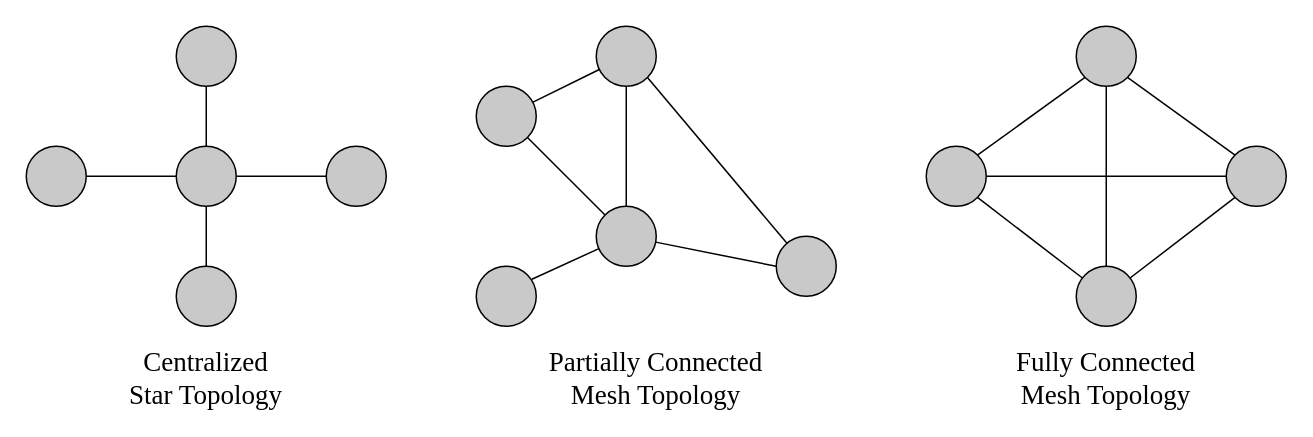
edurbrito/master-thesis-ut keeps this draw.io diagram as theory/figures/drawio/network-topologies.drawio. Above is the earlier version. Source tidied: cells renumbered, new cells numbered last; positions are measured from the earlier drawing's top-left corner, leaving out a move shared by most shapes. Both pictures are drawn from the tidied source at 150%, with x=0, y=0 at pixel (26, 26).
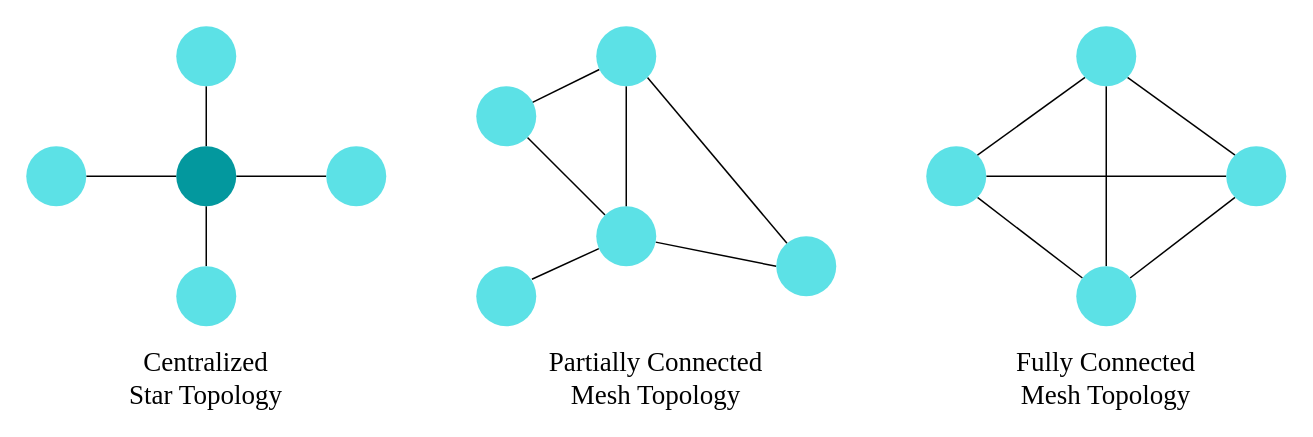
The same page after the edit.

Diff of the diagram source:
```diff
@@
-    <mxCell id="4" style="ellipse;whiteSpace=wrap;html=1;fillColor=#C9C9C9;" parent="1" vertex="1">
+    <mxCell id="4" style="ellipse;whiteSpace=wrap;html=1;fillColor=#5CE1E6;strokeColor=none;" parent="1" vertex="1">
       <mxGeometry x="300" y="40" width="40" height="40" as="geometry" />
     </mxCell>
@@
-    <mxCell id="7" style="ellipse;whiteSpace=wrap;html=1;fillColor=#C9C9C9;" parent="1" vertex="1">
+    <mxCell id="7" style="ellipse;whiteSpace=wrap;html=1;fillColor=#5CE1E6;strokeColor=none;" parent="1" vertex="1">
       <mxGeometry x="380" y="120" width="40" height="40" as="geometry" />
     </mxCell>
-    <mxCell id="8" style="ellipse;whiteSpace=wrap;html=1;fillColor=#C9C9C9;" parent="1" vertex="1">
+    <mxCell id="8" style="ellipse;whiteSpace=wrap;html=1;fillColor=#5CE1E6;strokeColor=none;" parent="1" vertex="1">
       <mxGeometry x="300" y="160" width="40" height="40" as="geometry" />
     </mxCell>
@@
-    <mxCell id="11" style="ellipse;whiteSpace=wrap;html=1;fillColor=#C9C9C9;" parent="1" vertex="1">
+    <mxCell id="11" style="ellipse;whiteSpace=wrap;html=1;fillColor=#5CE1E6;strokeColor=none;" parent="1" vertex="1">
       <mxGeometry x="380" width="40" height="40" as="geometry" />
     </mxCell>
-    <mxCell id="12" style="ellipse;whiteSpace=wrap;html=1;fillColor=#C9C9C9;" parent="1" vertex="1">
+    <mxCell id="12" style="ellipse;whiteSpace=wrap;html=1;fillColor=#5CE1E6;strokeColor=none;" parent="1" vertex="1">
       <mxGeometry x="500" y="140" width="40" height="40" as="geometry" />
     </mxCell>
@@
-    <mxCell id="16" style="ellipse;whiteSpace=wrap;html=1;fillColor=#C9C9C9;" parent="1" vertex="1">
+    <mxCell id="16" style="ellipse;whiteSpace=wrap;html=1;fillColor=#5CE1E6;strokeColor=none;" parent="1" vertex="1">
       <mxGeometry x="600" y="80" width="40" height="40" as="geometry" />
     </mxCell>
@@
-    <mxCell id="20" style="ellipse;whiteSpace=wrap;html=1;fillColor=#C9C9C9;" parent="1" vertex="1">
+    <mxCell id="20" style="ellipse;whiteSpace=wrap;html=1;fillColor=#5CE1E6;strokeColor=none;" parent="1" vertex="1">
       <mxGeometry x="700" width="40" height="40" as="geometry" />
     </mxCell>
@@
-    <mxCell id="22" style="ellipse;whiteSpace=wrap;html=1;fillColor=#C9C9C9;" parent="1" vertex="1">
+    <mxCell id="22" style="ellipse;whiteSpace=wrap;html=1;fillColor=#5CE1E6;strokeColor=none;" parent="1" vertex="1">
       <mxGeometry x="800" y="80" width="40" height="40" as="geometry" />
     </mxCell>
-    <mxCell id="23" style="ellipse;whiteSpace=wrap;html=1;fillColor=#C9C9C9;" parent="1" vertex="1">
+    <mxCell id="23" style="ellipse;whiteSpace=wrap;html=1;fillColor=#5CE1E6;strokeColor=none;" parent="1" vertex="1">
       <mxGeometry x="700" y="160" width="40" height="40" as="geometry" />
     </mxCell>
@@
-    <mxCell id="26" style="ellipse;whiteSpace=wrap;html=1;fillColor=#C9C9C9;" parent="1" vertex="1">
+    <mxCell id="26" style="ellipse;whiteSpace=wrap;html=1;fillColor=#5CE1E6;strokeColor=none;" parent="1" vertex="1">
       <mxGeometry x="100" width="40" height="40" as="geometry" />
     </mxCell>
@@
-    <mxCell id="28" style="ellipse;whiteSpace=wrap;html=1;fillColor=#C9C9C9;" parent="1" vertex="1">
+    <mxCell id="28" style="ellipse;whiteSpace=wrap;html=1;fillColor=#5CE1E6;strokeColor=none;" parent="1" vertex="1">
       <mxGeometry x="200" y="80" width="40" height="40" as="geometry" />
     </mxCell>
@@
-    <mxCell id="30" style="ellipse;whiteSpace=wrap;html=1;fillColor=#C9C9C9;" parent="1" vertex="1">
+    <mxCell id="30" style="ellipse;whiteSpace=wrap;html=1;fillColor=#5CE1E6;strokeColor=none;" parent="1" vertex="1">
       <mxGeometry x="100" y="160" width="40" height="40" as="geometry" />
     </mxCell>
@@
-    <mxCell id="32" style="ellipse;whiteSpace=wrap;html=1;fillColor=#C9C9C9;" parent="1" vertex="1">
+    <mxCell id="32" style="ellipse;whiteSpace=wrap;html=1;fillColor=#5CE1E6;strokeColor=none;" parent="1" vertex="1">
       <mxGeometry y="80" width="40" height="40" as="geometry" />
     </mxCell>
-    <mxCell id="33" style="ellipse;whiteSpace=wrap;html=1;fillColor=#C9C9C9;" parent="1" vertex="1">
+    <mxCell id="33" style="ellipse;whiteSpace=wrap;html=1;fillColor=#03989E;strokeColor=none;" parent="1" vertex="1">
       <mxGeometry x="100" y="80" width="40" height="40" as="geometry" />
     </mxCell>
```
